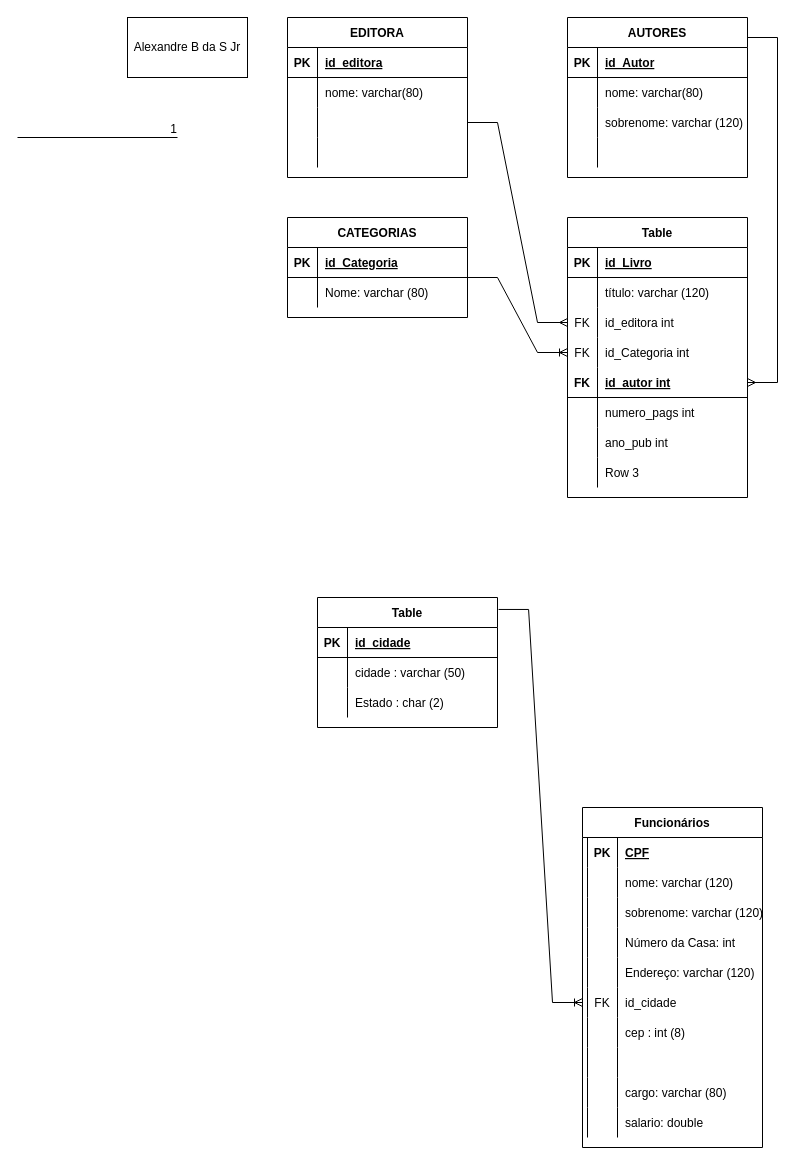
This is modelofisico.drawio from cgviak/Aulas-Novotec, a draw.io file, before an edit. Source tidied: cells renumbered, new cells numbered last; positions are measured from the earlier drawing's top-left corner, leaving out a move shared by most shapes. Both pictures are drawn from the tidied source at 100%, with x=0, y=0 at pixel (17, 17).
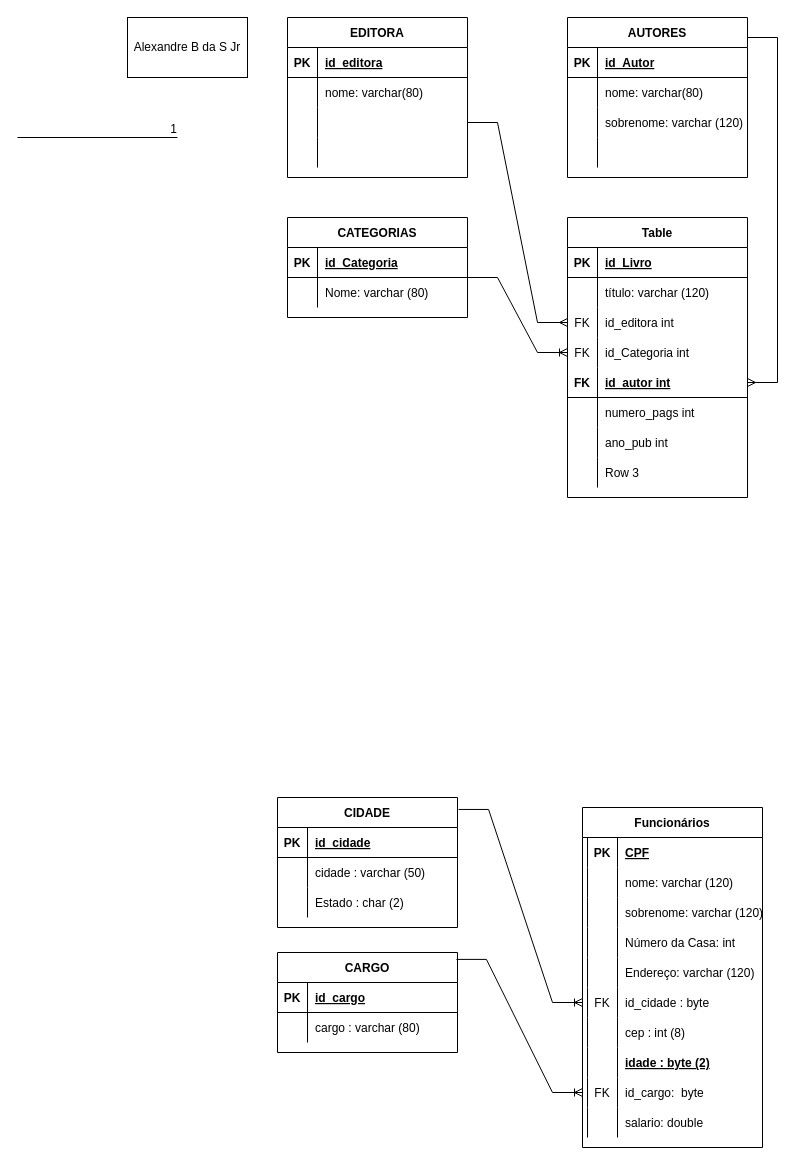
After the change.

Unchanged cells that the change refers to:
```xml
<mxCell id="92" style="shape=tableRow;horizontal=0;startSize=5;swimlaneHead=0;swimlaneBody=0;fillColor=none;points=[[0,0.5],[1,0.5]];portConstraint=eastwest;top=0;left=0;right=0;bottom=0;" parent="76" vertex="1">
  <mxGeometry y="180" width="180" height="30" as="geometry" />
</mxCell>
<mxCell id="98" style="shape=tableRow;horizontal=0;startSize=5;swimlaneHead=0;swimlaneBody=0;fillColor=none;top=0;left=0;right=0;bottom=1;" parent="76" vertex="1">
  <mxGeometry y="240" width="180" height="30" as="geometry" />
</mxCell>
<mxCell id="101" style="shape=tableRow;horizontal=0;startSize=5;swimlaneHead=0;swimlaneBody=0;fillColor=none;points=[[0,0.5],[1,0.5]];portConstraint=eastwest;top=0;left=0;right=0;bottom=0;" parent="76" vertex="1">
  <mxGeometry y="270" width="180" height="30" as="geometry" />
</mxCell>
```

Diff of the diagram source:
```diff
@@
-    <mxCell id="66" value="Table" style="shape=table;startSize=30;childLayout=tableLayout;rowLines=0;fontStyle=1;align=center;" parent="1" vertex="1">
-      <mxGeometry x="300" y="580" width="180" height="130" as="geometry" />
+    <mxCell id="66" value="CIDADE" style="shape=table;startSize=30;childLayout=tableLayout;rowLines=0;fontStyle=1;align=center;" parent="1" vertex="1">
+      <mxGeometry x="260" y="780" width="180" height="130" as="geometry" />
     </mxCell>
@@
-    <mxCell id="94" value="id_cidade" style="shape=partialRectangle;fillColor=none;top=0;left=0;bottom=0;right=0;align=left;spacingLeft=6;overflow=hidden;" parent="92" vertex="1">
+    <mxCell id="94" value="id_cidade : byte" style="shape=partialRectangle;fillColor=none;top=0;left=0;bottom=0;right=0;align=left;spacingLeft=6;overflow=hidden;" parent="92" vertex="1">
       <mxGeometry x="35" width="145" height="30" as="geometry" />
     </mxCell>
@@
-    <mxCell id="100" style="shape=partialRectangle;fillColor=none;top=0;left=0;bottom=0;right=0;align=left;spacingLeft=6;fontStyle=5;overflow=hidden;" parent="98" vertex="1">
+    <mxCell id="100" value="idade : byte (2)" style="shape=partialRectangle;fillColor=none;top=0;left=0;bottom=0;right=0;align=left;spacingLeft=6;fontStyle=5;overflow=hidden;" parent="98" vertex="1">
       <mxGeometry x="35" width="145" height="30" as="geometry" />
     </mxCell>
@@
-    <mxCell id="102" style="shape=partialRectangle;fillColor=none;top=0;left=0;bottom=0;right=0;overflow=hidden;" parent="101" vertex="1">
+    <mxCell id="102" value="FK" style="shape=partialRectangle;fillColor=none;top=0;left=0;bottom=0;right=0;overflow=hidden;" parent="101" vertex="1">
       <mxGeometry x="5" width="30" height="30" as="geometry" />
     </mxCell>
-    <mxCell id="103" value="cargo: varchar (80)" style="shape=partialRectangle;fillColor=none;top=0;left=0;bottom=0;right=0;align=left;spacingLeft=6;overflow=hidden;" parent="101" vertex="1">
+    <mxCell id="103" value="id_cargo:  byte" style="shape=partialRectangle;fillColor=none;top=0;left=0;bottom=0;right=0;align=left;spacingLeft=6;overflow=hidden;" parent="101" vertex="1">
       <mxGeometry x="35" width="145" height="30" as="geometry" />
     </mxCell>
@@
+    <mxCell id="108" value="CARGO" style="shape=table;startSize=30;childLayout=tableLayout;rowLines=0;fontStyle=1;align=center;" parent="1" vertex="1">
+      <mxGeometry x="260" y="935" width="180" height="100" as="geometry" />
+    </mxCell>
+    <mxCell id="109" style="shape=tableRow;horizontal=0;startSize=0;swimlaneHead=0;swimlaneBody=0;fillColor=none;top=0;left=0;right=0;bottom=1;" parent="108" vertex="1">
+      <mxGeometry y="30" width="180" height="30" as="geometry" />
+    </mxCell>
+    <mxCell id="110" value="PK" style="shape=partialRectangle;fillColor=none;top=0;left=0;bottom=0;right=0;fontStyle=1;overflow=hidden;" parent="109" vertex="1">
+      <mxGeometry width="30" height="30" as="geometry" />
+    </mxCell>
+    <mxCell id="111" value="id_cargo" style="shape=partialRectangle;fillColor=none;top=0;left=0;bottom=0;right=0;align=left;spacingLeft=6;fontStyle=5;overflow=hidden;" parent="109" vertex="1">
+      <mxGeometry x="30" width="150" height="30" as="geometry" />
+    </mxCell>
+    <mxCell id="112" style="shape=tableRow;horizontal=0;startSize=0;swimlaneHead=0;swimlaneBody=0;fillColor=none;top=0;left=0;right=0;bottom=0;" parent="108" vertex="1">
+      <mxGeometry y="60" width="180" height="30" as="geometry" />
+    </mxCell>
+    <mxCell id="113" style="shape=partialRectangle;fillColor=none;top=0;left=0;bottom=0;right=0;overflow=hidden;" parent="112" vertex="1">
+      <mxGeometry width="30" height="30" as="geometry" />
+    </mxCell>
+    <mxCell id="114" value="cargo : varchar (80)" style="shape=partialRectangle;fillColor=none;top=0;left=0;bottom=0;right=0;align=left;spacingLeft=6;overflow=hidden;" parent="112" vertex="1">
+      <mxGeometry x="30" width="150" height="30" as="geometry" />
+    </mxCell>
+    <mxCell id="115" style="edgeStyle=entityRelationEdgeStyle;fontSize=12;html=1;endArrow=ERoneToMany;rounded=0;entryX=0;entryY=0.5;entryDx=0;entryDy=0;exitX=0.994;exitY=0.069;exitDx=0;exitDy=0;exitPerimeter=0;" parent="1" edge="1" source="108" target="101">
+      <mxGeometry relative="1" as="geometry" />
+    </mxCell>
```
